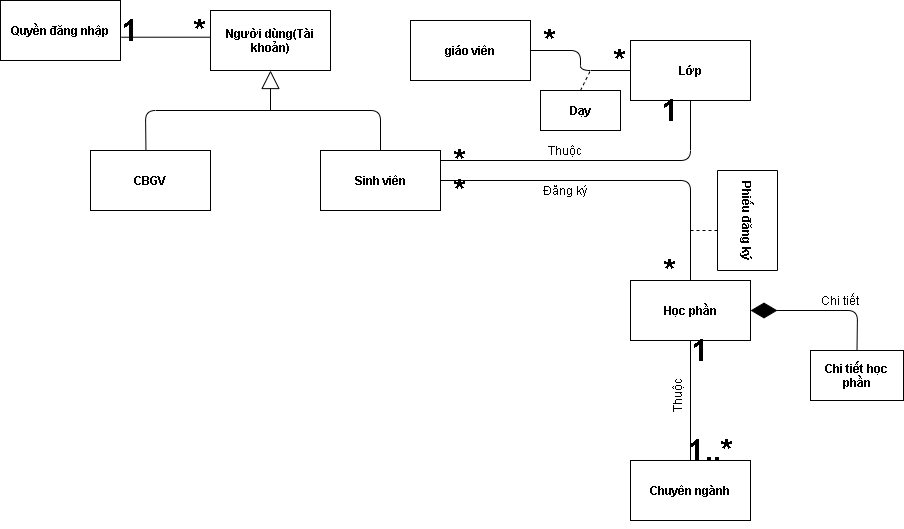
The draw.io diagram Ctk43/Phần Mềm Đăng Ký Học Phần/Class Diagram.drawio.png in Dat0309/Cong-Nghe-Phan-Mem, before a commit. Source tidied: cells renumbered, new cells last; positions are measured from the earlier drawing's top-left corner, leaving out a move shared by most shapes.
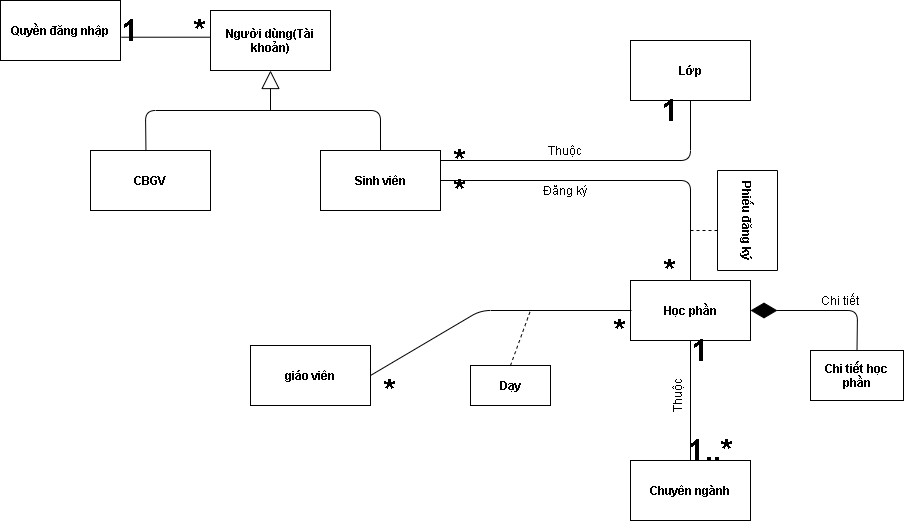
After the change.

What changed in the source:
```diff
@@ -24,7 +24,7 @@
       <mxGeometry x="630" y="460" width="120" height="60" as="geometry" />
     </mxCell>
     <mxCell id="9" value="&lt;b&gt;giáo viên&lt;/b&gt;" style="rounded=0;whiteSpace=wrap;html=1;" parent="1" vertex="1">
-      <mxGeometry x="410" y="20" width="120" height="60" as="geometry" />
+      <mxGeometry x="250" y="345" width="120" height="60" as="geometry" />
     </mxCell>
     <mxCell id="10" style="edgeStyle=orthogonalEdgeStyle;rounded=0;orthogonalLoop=1;jettySize=auto;html=1;exitX=0.5;exitY=1;exitDx=0;exitDy=0;" parent="1" edge="1">
       <mxGeometry relative="1" as="geometry">
@@ -58,21 +58,21 @@
     <mxCell id="15" style="endArrow=none;html=1;exitX=0.5;exitY=0;exitDx=0;exitDy=0;entryX=0.5;entryY=1;entryDx=0;entryDy=0;" parent="1" edge="1" source="8" target="4">
       <mxGeometry relative="1" as="geometry" />
     </mxCell>
-    <mxCell id="16" style="endArrow=none;html=1;entryX=0;entryY=0.5;entryDx=0;entryDy=0;exitX=1;exitY=0.5;exitDx=0;exitDy=0;" parent="1" edge="1" source="9" target="7">
+    <mxCell id="16" style="endArrow=none;html=1;exitX=1;exitY=0.5;exitDx=0;exitDy=0;" parent="1" edge="1" source="9">
       <mxGeometry relative="1" as="geometry">
+        <mxPoint x="631" y="310" as="targetPoint" />
         <Array as="points">
-          <mxPoint x="580" y="50" />
-          <mxPoint x="580" y="70" />
+          <mxPoint x="480" y="310" />
         </Array>
       </mxGeometry>
     </mxCell>
     <mxCell id="17" style="endArrow=none;dashed=1;html=1;exitX=0.5;exitY=0;exitDx=0;exitDy=0;" parent="1" edge="1" source="18">
       <mxGeometry relative="1" as="geometry">
-        <mxPoint x="590" y="70" as="targetPoint" />
+        <mxPoint x="530" y="310" as="targetPoint" />
       </mxGeometry>
     </mxCell>
     <mxCell id="18" value="&lt;b&gt;Dạy&lt;/b&gt;" style="rounded=0;whiteSpace=wrap;html=1;" parent="1" vertex="1">
-      <mxGeometry x="540" y="90" width="80" height="40" as="geometry" />
+      <mxGeometry x="470" y="365" width="80" height="40" as="geometry" />
     </mxCell>
     <mxCell id="19" style="endArrow=none;html=1;exitX=1.006;exitY=0.612;exitDx=0;exitDy=0;exitPerimeter=0;entryX=-0.001;entryY=0.445;entryDx=0;entryDy=0;entryPerimeter=0;" parent="1" edge="1" source="5" target="2">
       <mxGeometry relative="1" as="geometry" />
@@ -118,10 +118,10 @@
       <mxGeometry x="650" y="260" width="40" height="20" as="geometry" />
     </mxCell>
     <mxCell id="32" value="&lt;font style=&quot;font-size: 30px&quot;&gt;*&lt;/font&gt;" style="text;html=1;strokeColor=none;fillColor=none;align=center;verticalAlign=middle;whiteSpace=wrap;rounded=0;rotation=0;fontStyle=1;" parent="1" vertex="1">
-      <mxGeometry x="530" y="30" width="40" height="20" as="geometry" />
+      <mxGeometry x="370" y="380" width="40" height="20" as="geometry" />
     </mxCell>
     <mxCell id="33" value="&lt;font style=&quot;font-size: 30px&quot;&gt;*&lt;/font&gt;" style="text;html=1;strokeColor=none;fillColor=none;align=center;verticalAlign=middle;whiteSpace=wrap;rounded=0;rotation=0;fontStyle=1;" parent="1" vertex="1">
-      <mxGeometry x="600" y="50" width="40" height="20" as="geometry" />
+      <mxGeometry x="600" y="320" width="40" height="20" as="geometry" />
     </mxCell>
     <mxCell id="34" value="&lt;font style=&quot;font-size: 30px&quot;&gt;*&lt;/font&gt;" style="text;html=1;strokeColor=none;fillColor=none;align=center;verticalAlign=middle;whiteSpace=wrap;rounded=0;rotation=0;fontStyle=1;" parent="1" vertex="1">
       <mxGeometry x="180" y="20" width="40" height="20" as="geometry" />
```
